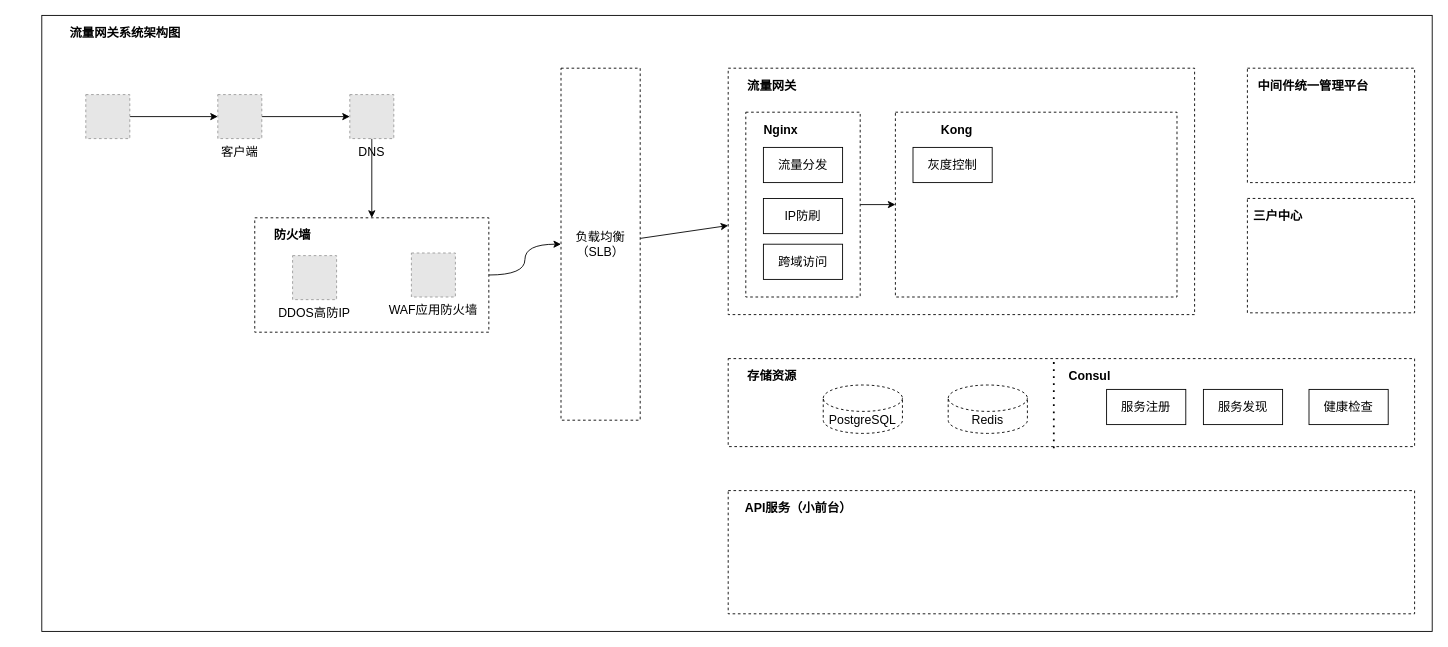
This is 流量网关系统架构图.drawio from liym1992/tips, a draw.io file, before an edit. Source tidied: cells renumbered, new cells numbered last; positions are measured from the earlier drawing's top-left corner, leaving out a move shared by most shapes. Both pictures are drawn from the tidied source at 88%, with x=0, y=0 at pixel (41, 15). Pictures stored in the file or linked from it are replaced by grey dashed boxes.
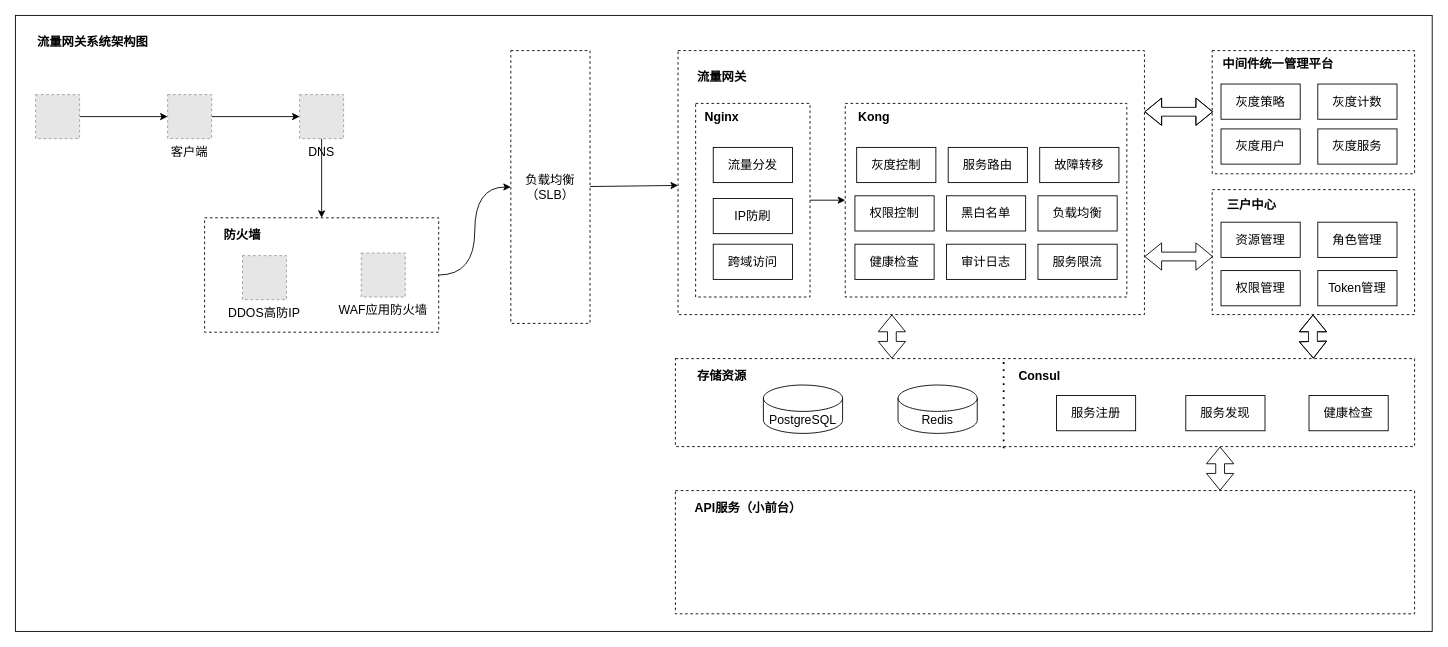
After the change.

Commit message (it also covers changes not shown here):
更新流量网关系统架构图.drawio

What changed in the source:
```diff
@@
     <mxCell id="2" style="rounded=0;whiteSpace=wrap;html=1;" parent="1" vertex="1">
-      <mxGeometry width="1580" height="700" as="geometry" />
+      <mxGeometry x="-30" width="1610" height="700" as="geometry" />
     </mxCell>
     <mxCell id="3" value="流量网关系统架构图" style="text;html=1;strokeColor=none;fillColor=none;align=center;verticalAlign=middle;whiteSpace=wrap;rounded=0;fontStyle=1;fontSize=14;" parent="1" vertex="1">
-      <mxGeometry x="10" y="10" width="170" height="20" as="geometry" />
+      <mxGeometry x="-27" y="20" width="170" height="20" as="geometry" />
     </mxCell>
@@
     <mxCell id="5" style="fillColor=#E6E6E6;strokeColor=#999999;dashed=1;verticalLabelPosition=bottom;verticalAlign=top;fontSize=14;" parent="1" vertex="1">
-      <mxGeometry x="50" y="90" width="50" height="50" as="geometry" />
+      <mxGeometry x="-7" y="90" width="50" height="50" as="geometry" />
     </mxCell>
@@
     <mxCell id="7" value="客户端" style="fillColor=#E6E6E6;strokeColor=#999999;dashed=1;verticalLabelPosition=bottom;verticalAlign=top;fontSize=14;" parent="1" vertex="1">
-      <mxGeometry x="200" y="90" width="50" height="50" as="geometry" />
+      <mxGeometry x="143" y="90" width="50" height="50" as="geometry" />
     </mxCell>
@@
     <mxCell id="9" value="DNS" style="fillColor=#E6E6E6;strokeColor=#999999;dashed=1;verticalLabelPosition=bottom;verticalAlign=top;fontSize=14;" parent="1" vertex="1">
-      <mxGeometry x="350" y="90" width="50" height="50" as="geometry" />
+      <mxGeometry x="293" y="90" width="50" height="50" as="geometry" />
     </mxCell>
@@
     <mxCell id="11" style="rounded=0;whiteSpace=wrap;html=1;fontSize=14;dashed=1;" parent="1" vertex="1">
-      <mxGeometry x="242" y="230" width="266" height="130" as="geometry" />
+      <mxGeometry x="185" y="230" width="266" height="130" as="geometry" />
     </mxCell>
     <mxCell id="12" value="DDOS高防IP" style="fillColor=#E6E6E6;strokeColor=#999999;dashed=1;verticalLabelPosition=bottom;verticalAlign=top;fontSize=14;" parent="1" vertex="1">
-      <mxGeometry x="285" y="273" width="50" height="50" as="geometry" />
+      <mxGeometry x="228" y="273" width="50" height="50" as="geometry" />
     </mxCell>
     <mxCell id="13" value="WAF应用防火墙" style="fillColor=#E6E6E6;strokeColor=#999999;dashed=1;verticalLabelPosition=bottom;verticalAlign=top;fontSize=14;" parent="1" vertex="1">
-      <mxGeometry x="420" y="270" width="50" height="50" as="geometry" />
+      <mxGeometry x="363" y="270" width="50" height="50" as="geometry" />
     </mxCell>
     <mxCell id="14" value="防火墙" style="text;html=1;strokeColor=none;fillColor=none;align=center;verticalAlign=middle;whiteSpace=wrap;rounded=0;dashed=1;fontSize=14;fontStyle=1;" parent="1" vertex="1">
-      <mxGeometry x="255" y="240" width="60" height="20" as="geometry" />
+      <mxGeometry x="198" y="240" width="60" height="20" as="geometry" />
     </mxCell>
     <mxCell id="15" style="rounded=0;whiteSpace=wrap;html=1;dashed=1;fontSize=14;" parent="1" vertex="1">
-      <mxGeometry x="780" y="60" width="530" height="280" as="geometry" />
+      <mxGeometry x="723" y="40" width="530" height="300" as="geometry" />
     </mxCell>
     <mxCell id="16" value="流量网关" style="text;html=1;strokeColor=none;fillColor=none;align=center;verticalAlign=middle;whiteSpace=wrap;rounded=0;dashed=1;fontSize=14;fontStyle=1;" parent="1" vertex="1">
-      <mxGeometry x="790" y="70" width="80" height="20" as="geometry" />
+      <mxGeometry x="733" y="60" width="80" height="20" as="geometry" />
     </mxCell>
@@
     <mxCell id="18" value="负载均衡（SLB）" style="rounded=0;whiteSpace=wrap;html=1;dashed=1;fontSize=14;" parent="1" vertex="1">
-      <mxGeometry x="590" y="60" width="90" height="400" as="geometry" />
+      <mxGeometry x="533" y="40" width="90" height="310" as="geometry" />
     </mxCell>
@@
     <mxCell id="20" style="rounded=0;whiteSpace=wrap;html=1;fontSize=14;dashed=1;" parent="1" vertex="1">
-      <mxGeometry x="800" y="110" width="130" height="210" as="geometry" />
+      <mxGeometry x="743" y="100" width="130" height="220" as="geometry" />
     </mxCell>
     <mxCell id="21" value="Nginx" style="text;html=1;strokeColor=none;fillColor=none;align=center;verticalAlign=middle;whiteSpace=wrap;rounded=0;dashed=1;fontSize=14;fontStyle=1;" parent="1" vertex="1">
-      <mxGeometry x="820" y="120" width="40" height="20" as="geometry" />
+      <mxGeometry x="753" y="105" width="40" height="20" as="geometry" />
     </mxCell>
     <mxCell id="22" value="流量分发" style="rounded=0;whiteSpace=wrap;html=1;fontSize=14;" parent="1" vertex="1">
-      <mxGeometry x="820" y="150" width="90" height="40" as="geometry" />
+      <mxGeometry x="763" y="150" width="90" height="40" as="geometry" />
     </mxCell>
     <mxCell id="23" value="IP防刷" style="rounded=0;whiteSpace=wrap;html=1;fontSize=14;" parent="1" vertex="1">
-      <mxGeometry x="820" y="208" width="90" height="40" as="geometry" />
+      <mxGeometry x="763" y="208" width="90" height="40" as="geometry" />
     </mxCell>
     <mxCell id="24" value="跨域访问" style="rounded=0;whiteSpace=wrap;html=1;fontSize=14;" parent="1" vertex="1">
-      <mxGeometry x="820" y="260" width="90" height="40" as="geometry" />
+      <mxGeometry x="763" y="260" width="90" height="40" as="geometry" />
     </mxCell>
     <mxCell id="25" style="rounded=0;whiteSpace=wrap;html=1;fontSize=14;dashed=1;" parent="1" vertex="1">
-      <mxGeometry x="970" y="110" width="320" height="210" as="geometry" />
+      <mxGeometry x="913" y="100" width="320" height="220" as="geometry" />
     </mxCell>
     <mxCell id="26" value="Kong" style="text;html=1;strokeColor=none;fillColor=none;align=center;verticalAlign=middle;whiteSpace=wrap;rounded=0;fontSize=14;fontStyle=1;" parent="1" vertex="1">
-      <mxGeometry x="1020" y="120" width="40" height="20" as="geometry" />
+      <mxGeometry x="926" y="105" width="40" height="20" as="geometry" />
     </mxCell>
     <mxCell id="27" style="rounded=0;whiteSpace=wrap;html=1;dashed=1;fontSize=14;" parent="1" vertex="1">
-      <mxGeometry x="780" y="390" width="780" height="100" as="geometry" />
+      <mxGeometry x="720" y="390" width="840" height="100" as="geometry" />
     </mxCell>
     <mxCell id="28" value="灰度控制" style="rounded=0;whiteSpace=wrap;html=1;fontSize=14;" parent="1" vertex="1">
-      <mxGeometry x="990" y="150" width="90" height="40" as="geometry" />
+      <mxGeometry x="926" y="150" width="90" height="40" as="geometry" />
     </mxCell>
     <mxCell id="29" value="服务注册" style="rounded=0;whiteSpace=wrap;html=1;fontSize=14;" parent="1" vertex="1">
-      <mxGeometry x="1210" y="425" width="90" height="40" as="geometry" />
+      <mxGeometry x="1153" y="432" width="90" height="40" as="geometry" />
     </mxCell>
     <mxCell id="30" value="存储资源" style="text;html=1;strokeColor=none;fillColor=none;align=center;verticalAlign=middle;whiteSpace=wrap;rounded=0;dashed=1;fontSize=14;fontStyle=1;" parent="1" vertex="1">
-      <mxGeometry x="800" y="400" width="60" height="20" as="geometry" />
+      <mxGeometry x="743" y="400" width="60" height="20" as="geometry" />
     </mxCell>
     <mxCell id="31" style="endArrow=none;dashed=1;html=1;dashPattern=1 3;strokeWidth=2;fontSize=14;" parent="1" edge="1">
       <mxGeometry relative="1" as="geometry">
-        <mxPoint x="1150" y="492" as="sourcePoint" />
-        <mxPoint x="1150" y="390" as="targetPoint" />
+        <mxPoint x="1093" y="492" as="sourcePoint" />
+        <mxPoint x="1093" y="390" as="targetPoint" />
       </mxGeometry>
     </mxCell>
-    <mxCell id="32" value="PostgreSQL" style="shape=cylinder3;whiteSpace=wrap;html=1;boundedLbl=1;backgroundOutline=1;size=15;dashed=1;fontSize=14;" parent="1" vertex="1">
-      <mxGeometry x="888" y="420" width="90" height="55" as="geometry" />
+    <mxCell id="32" value="PostgreSQL" style="shape=cylinder3;whiteSpace=wrap;html=1;boundedLbl=1;backgroundOutline=1;size=15;fontSize=14;" parent="1" vertex="1">
+      <mxGeometry x="820" y="420" width="90" height="55" as="geometry" />
     </mxCell>
     <mxCell id="33" value="Consul" style="text;html=1;strokeColor=none;fillColor=none;align=center;verticalAlign=middle;whiteSpace=wrap;rounded=0;dashed=1;fontSize=14;fontStyle=1;" parent="1" vertex="1">
-      <mxGeometry x="1171" y="400" width="40" height="20" as="geometry" />
+      <mxGeometry x="1114" y="400" width="40" height="20" as="geometry" />
     </mxCell>
-    <mxCell id="34" value="Redis" style="shape=cylinder3;whiteSpace=wrap;html=1;boundedLbl=1;backgroundOutline=1;size=15;dashed=1;fontSize=14;" parent="1" vertex="1">
-      <mxGeometry x="1030" y="420" width="90" height="55" as="geometry" />
+    <mxCell id="34" value="Redis" style="shape=cylinder3;whiteSpace=wrap;html=1;boundedLbl=1;backgroundOutline=1;size=15;fontSize=14;" parent="1" vertex="1">
+      <mxGeometry x="973" y="420" width="90" height="55" as="geometry" />
     </mxCell>
     <mxCell id="35" value="服务发现" style="rounded=0;whiteSpace=wrap;html=1;fontSize=14;" parent="1" vertex="1">
-      <mxGeometry x="1320" y="425" width="90" height="40" as="geometry" />
+      <mxGeometry x="1300" y="432" width="90" height="40" as="geometry" />
     </mxCell>
     <mxCell id="36" value="健康检查" style="rounded=0;whiteSpace=wrap;html=1;fontSize=14;" parent="1" vertex="1">
-      <mxGeometry x="1440" y="425" width="90" height="40" as="geometry" />
+      <mxGeometry x="1440" y="432" width="90" height="40" as="geometry" />
     </mxCell>
     <mxCell id="37" style="rounded=0;whiteSpace=wrap;html=1;dashed=1;fontSize=14;" parent="1" vertex="1">
-      <mxGeometry x="1370" y="208" width="190" height="130" as="geometry" />
+      <mxGeometry x="1330" y="198" width="230" height="142" as="geometry" />
     </mxCell>
     <mxCell id="38" value="三户中心" style="text;html=1;strokeColor=none;fillColor=none;align=center;verticalAlign=middle;whiteSpace=wrap;rounded=0;dashed=1;fontSize=14;fontStyle=1;" parent="1" vertex="1">
-      <mxGeometry x="1370" y="223" width="70" height="10" as="geometry" />
+      <mxGeometry x="1340" y="210" width="70" height="10" as="geometry" />
     </mxCell>
     <mxCell id="39" style="rounded=0;whiteSpace=wrap;html=1;dashed=1;fontSize=14;" parent="1" vertex="1">
-      <mxGeometry x="1370" y="60" width="190" height="130" as="geometry" />
+      <mxGeometry x="1330" y="40" width="230" height="140" as="geometry" />
     </mxCell>
     <mxCell id="40" value="中间件统一管理平台" style="text;html=1;strokeColor=none;fillColor=none;align=center;verticalAlign=middle;whiteSpace=wrap;rounded=0;dashed=1;fontSize=14;fontStyle=1;" parent="1" vertex="1">
-      <mxGeometry x="1380" y="75" width="130" height="10" as="geometry" />
+      <mxGeometry x="1340" y="50" width="130" height="10" as="geometry" />
     </mxCell>
     <mxCell id="41" style="rounded=0;whiteSpace=wrap;html=1;dashed=1;fontSize=14;" parent="1" vertex="1">
-      <mxGeometry x="780" y="540" width="780" height="140" as="geometry" />
+      <mxGeometry x="720" y="540" width="840" height="140" as="geometry" />
     </mxCell>
     <mxCell id="42" value="API服务（小前台）" style="text;html=1;strokeColor=none;fillColor=none;align=center;verticalAlign=middle;whiteSpace=wrap;rounded=0;dashed=1;fontSize=14;fontStyle=1;" parent="1" vertex="1">
-      <mxGeometry x="790" y="550" width="140" height="20" as="geometry" />
+      <mxGeometry x="733" y="550" width="140" height="20" as="geometry" />
     </mxCell>
+    <mxCell id="43" value="服务路由" style="rounded=0;whiteSpace=wrap;html=1;fontSize=14;" parent="1" vertex="1">
+      <mxGeometry x="1030" y="150" width="90" height="40" as="geometry" />
+    </mxCell>
+    <mxCell id="44" value="故障转移" style="rounded=0;whiteSpace=wrap;html=1;fontSize=14;" parent="1" vertex="1">
+      <mxGeometry x="1134" y="150" width="90" height="40" as="geometry" />
+    </mxCell>
+    <mxCell id="45" value="权限控制" style="rounded=0;whiteSpace=wrap;html=1;fontSize=14;" parent="1" vertex="1">
+      <mxGeometry x="924" y="205" width="90" height="40" as="geometry" />
+    </mxCell>
+    <mxCell id="46" value="黑白名单" style="rounded=0;whiteSpace=wrap;html=1;fontSize=14;" parent="1" vertex="1">
+      <mxGeometry x="1028" y="205" width="90" height="40" as="geometry" />
+    </mxCell>
+    <mxCell id="47" value="负载均衡" style="rounded=0;whiteSpace=wrap;html=1;fontSize=14;" parent="1" vertex="1">
+      <mxGeometry x="1132" y="205" width="90" height="40" as="geometry" />
+    </mxCell>
+    <mxCell id="48" value="健康检查" style="rounded=0;whiteSpace=wrap;html=1;fontSize=14;" parent="1" vertex="1">
+      <mxGeometry x="924" y="260" width="90" height="40" as="geometry" />
+    </mxCell>
+    <mxCell id="49" value="审计日志" style="rounded=0;whiteSpace=wrap;html=1;fontSize=14;" parent="1" vertex="1">
+      <mxGeometry x="1028" y="260" width="90" height="40" as="geometry" />
+    </mxCell>
+    <mxCell id="50" value="服务限流" style="rounded=0;whiteSpace=wrap;html=1;fontSize=14;" parent="1" vertex="1">
+      <mxGeometry x="1132" y="260" width="90" height="40" as="geometry" />
+    </mxCell>
+    <mxCell id="51" value="灰度策略" style="rounded=0;whiteSpace=wrap;html=1;fontSize=14;" parent="1" vertex="1">
+      <mxGeometry x="1340" y="78" width="90" height="40" as="geometry" />
+    </mxCell>
+    <mxCell id="52" value="资源管理" style="rounded=0;whiteSpace=wrap;html=1;fontSize=14;" parent="1" vertex="1">
+      <mxGeometry x="1340" y="235" width="90" height="40" as="geometry" />
+    </mxCell>
+    <mxCell id="53" value="权限管理" style="rounded=0;whiteSpace=wrap;html=1;fontSize=14;" parent="1" vertex="1">
+      <mxGeometry x="1340" y="290" width="90" height="40" as="geometry" />
+    </mxCell>
+    <mxCell id="54" value="灰度用户" style="rounded=0;whiteSpace=wrap;html=1;fontSize=14;" parent="1" vertex="1">
+      <mxGeometry x="1340" y="129" width="90" height="40" as="geometry" />
+    </mxCell>
+    <mxCell id="55" value="灰度计数" style="rounded=0;whiteSpace=wrap;html=1;fontSize=14;" parent="1" vertex="1">
+      <mxGeometry x="1450" y="78" width="90" height="40" as="geometry" />
+    </mxCell>
+    <mxCell id="56" value="灰度服务" style="rounded=0;whiteSpace=wrap;html=1;fontSize=14;" parent="1" vertex="1">
+      <mxGeometry x="1450" y="129" width="90" height="40" as="geometry" />
+    </mxCell>
+    <mxCell id="57" value="角色管理" style="rounded=0;whiteSpace=wrap;html=1;fontSize=14;" parent="1" vertex="1">
+      <mxGeometry x="1450" y="235" width="90" height="40" as="geometry" />
+    </mxCell>
+    <mxCell id="58" value="Token管理" style="rounded=0;whiteSpace=wrap;html=1;fontSize=14;" parent="1" vertex="1">
+      <mxGeometry x="1450" y="290" width="90" height="40" as="geometry" />
+    </mxCell>
+    <mxCell id="59" style="shape=flexArrow;endArrow=classic;startArrow=classic;html=1;fontSize=14;" parent="1" edge="1">
+      <mxGeometry relative="1" as="geometry">
+        <mxPoint x="1253" y="109.5" as="sourcePoint" />
+        <mxPoint x="1331" y="109.5" as="targetPoint" />
+        <Array as="points">
+          <mxPoint x="1291" y="109.5" />
+        </Array>
+      </mxGeometry>
+    </mxCell>
+    <mxCell id="60" style="shape=flexArrow;endArrow=classic;startArrow=classic;html=1;fontSize=14;" parent="1" edge="1">
+      <mxGeometry relative="1" as="geometry">
+        <mxPoint x="1253" y="274" as="sourcePoint" />
+        <mxPoint x="1331" y="274" as="targetPoint" />
+      </mxGeometry>
+    </mxCell>
+    <mxCell id="61" style="shape=flexArrow;endArrow=classic;startArrow=classic;html=1;fontSize=14;" parent="1" edge="1">
+      <mxGeometry relative="1" as="geometry">
+        <mxPoint x="966" y="390" as="sourcePoint" />
+        <mxPoint x="966" y="340" as="targetPoint" />
+      </mxGeometry>
+    </mxCell>
+    <mxCell id="62" style="shape=flexArrow;endArrow=classic;startArrow=classic;html=1;fontSize=14;" parent="1" edge="1">
+      <mxGeometry relative="1" as="geometry">
+        <mxPoint x="1339" y="540" as="sourcePoint" />
+        <mxPoint x="1339" y="490" as="targetPoint" />
+      </mxGeometry>
+    </mxCell>
+    <mxCell id="63" style="shape=flexArrow;endArrow=classic;startArrow=classic;html=1;fontSize=14;" parent="1" edge="1">
+      <mxGeometry relative="1" as="geometry">
+        <mxPoint x="1445" y="390" as="sourcePoint" />
+        <mxPoint x="1444.5" y="340" as="targetPoint" />
+        <Array as="points">
+          <mxPoint x="1444.5" y="370" />
+        </Array>
+      </mxGeometry>
+    </mxCell>
```
